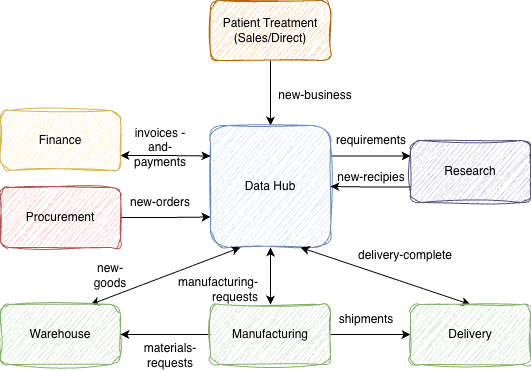
The draw.io diagram site/docs/practices/coco-pharmaceuticals/scenarios/defining-new-systems-architecture/data-driven-systems-architecture.png in odpi/egeria-docs, before a commit. Source tidied: cells renumbered, new cells last; positions are measured from the earlier drawing's top-left corner, leaving out a move shared by most shapes. The source it was exported from:
```xml
<mxGraphModel>
  <root>
    <mxCell id="0" />
    <mxCell id="1" parent="0" />
    <mxCell id="2" style="edgeStyle=orthogonalEdgeStyle;rounded=0;jettySize=auto;html=1;" parent="1" edge="1" source="3" target="5">
      <mxGeometry relative="1" as="geometry" />
    </mxCell>
    <mxCell id="3" value="Patient Treatment&lt;div&gt;(Sales/Direct)&lt;/div&gt;" style="rounded=1;whiteSpace=wrap;html=1;fillColor=#fad7ac;strokeColor=#b46504;sketch=1;curveFitting=1;jiggle=2;" parent="1" vertex="1">
      <mxGeometry x="210" width="120" height="60" as="geometry" />
    </mxCell>
    <mxCell id="4" style="edgeStyle=orthogonalEdgeStyle;rounded=0;jettySize=auto;html=1;exitX=1;exitY=0.25;exitDx=0;exitDy=0;entryX=0;entryY=0.25;entryDx=0;entryDy=0;" parent="1" edge="1" source="5" target="9">
      <mxGeometry relative="1" as="geometry" />
    </mxCell>
    <mxCell id="5" value="Data Hub" style="rounded=1;whiteSpace=wrap;html=1;fillColor=#dae8fc;strokeColor=#6c8ebf;sketch=1;curveFitting=1;jiggle=2;" parent="1" vertex="1">
      <mxGeometry x="210" y="125" width="120" height="122" as="geometry" />
    </mxCell>
    <mxCell id="6" style="edgeStyle=orthogonalEdgeStyle;rounded=0;jettySize=auto;html=1;exitX=1;exitY=0.75;exitDx=0;exitDy=0;entryX=0;entryY=0.25;entryDx=0;entryDy=0;startArrow=classic;startFill=1;" parent="1" edge="1" source="7" target="5">
      <mxGeometry relative="1" as="geometry" />
    </mxCell>
    <mxCell id="7" value="Finance" style="rounded=1;whiteSpace=wrap;html=1;fillColor=#fff2cc;strokeColor=#d6b656;sketch=1;curveFitting=1;jiggle=2;" parent="1" vertex="1">
      <mxGeometry y="110" width="120" height="60" as="geometry" />
    </mxCell>
    <mxCell id="8" style="edgeStyle=orthogonalEdgeStyle;rounded=0;jettySize=auto;html=1;exitX=0;exitY=0.75;exitDx=0;exitDy=0;entryX=1;entryY=0.5;entryDx=0;entryDy=0;" parent="1" edge="1" source="9" target="5">
      <mxGeometry relative="1" as="geometry" />
    </mxCell>
    <mxCell id="9" value="Research" style="rounded=1;whiteSpace=wrap;html=1;fillColor=#d0cee2;strokeColor=#56517e;sketch=1;curveFitting=1;jiggle=2;" parent="1" vertex="1">
      <mxGeometry x="410" y="140" width="120" height="62" as="geometry" />
    </mxCell>
    <mxCell id="10" style="edgeStyle=orthogonalEdgeStyle;rounded=0;jettySize=auto;html=1;entryX=0;entryY=0.75;entryDx=0;entryDy=0;exitX=1;exitY=0.5;exitDx=0;exitDy=0;" parent="1" edge="1" source="11" target="5">
      <mxGeometry relative="1" as="geometry" />
    </mxCell>
    <mxCell id="11" value="Procurement" style="rounded=1;whiteSpace=wrap;html=1;fillColor=#f8cecc;strokeColor=#b85450;sketch=1;curveFitting=1;jiggle=2;" parent="1" vertex="1">
      <mxGeometry y="187" width="120" height="60" as="geometry" />
    </mxCell>
    <mxCell id="12" style="rounded=0;jettySize=auto;html=1;exitX=0.75;exitY=0;exitDx=0;exitDy=0;entryX=0.25;entryY=1;entryDx=0;entryDy=0;startArrow=classic;startFill=1;" parent="1" edge="1" source="13" target="5">
      <mxGeometry relative="1" as="geometry" />
    </mxCell>
    <mxCell id="13" value="Warehouse" style="rounded=1;whiteSpace=wrap;html=1;fillColor=#d5e8d4;strokeColor=#82b366;sketch=1;curveFitting=1;jiggle=2;" parent="1" vertex="1">
      <mxGeometry y="304" width="120" height="60" as="geometry" />
    </mxCell>
    <mxCell id="14" style="edgeStyle=orthogonalEdgeStyle;rounded=0;jettySize=auto;html=1;" parent="1" edge="1" source="17" target="19">
      <mxGeometry relative="1" as="geometry" />
    </mxCell>
    <mxCell id="15" style="edgeStyle=orthogonalEdgeStyle;rounded=0;jettySize=auto;html=1;exitX=0.5;exitY=0;exitDx=0;exitDy=0;startArrow=classic;startFill=1;" parent="1" edge="1" source="17" target="5">
      <mxGeometry relative="1" as="geometry" />
    </mxCell>
    <mxCell id="16" style="edgeStyle=orthogonalEdgeStyle;rounded=0;jettySize=auto;html=1;exitX=0;exitY=0.5;exitDx=0;exitDy=0;entryX=1;entryY=0.5;entryDx=0;entryDy=0;" parent="1" edge="1" source="17" target="13">
      <mxGeometry relative="1" as="geometry" />
    </mxCell>
    <mxCell id="17" value="Manufacturing" style="rounded=1;whiteSpace=wrap;html=1;fillColor=#d5e8d4;strokeColor=#82b366;sketch=1;curveFitting=1;jiggle=2;" parent="1" vertex="1">
      <mxGeometry x="210" y="304" width="120" height="60" as="geometry" />
    </mxCell>
    <mxCell id="18" style="rounded=0;jettySize=auto;html=1;exitX=0.5;exitY=0;exitDx=0;exitDy=0;entryX=0.75;entryY=1;entryDx=0;entryDy=0;startArrow=classic;startFill=1;" parent="1" edge="1" source="19" target="5">
      <mxGeometry relative="1" as="geometry" />
    </mxCell>
    <mxCell id="19" value="Delivery" style="rounded=1;whiteSpace=wrap;html=1;fillColor=#d5e8d4;strokeColor=#82b366;sketch=1;curveFitting=1;jiggle=2;" parent="1" vertex="1">
      <mxGeometry x="410" y="304" width="120" height="60" as="geometry" />
    </mxCell>
    <mxCell id="20" value="new-business" style="text;html=1;whiteSpace=wrap;strokeColor=none;fillColor=none;align=center;verticalAlign=middle;rounded=0;" parent="1" vertex="1">
      <mxGeometry x="270" y="80" width="90" height="30" as="geometry" />
    </mxCell>
    <mxCell id="21" value="new-recipies" style="text;html=1;whiteSpace=wrap;strokeColor=none;fillColor=none;align=center;verticalAlign=middle;rounded=0;" parent="1" vertex="1">
      <mxGeometry x="336" y="162" width="70" height="30" as="geometry" />
    </mxCell>
    <mxCell id="22" value="requirements" style="text;html=1;whiteSpace=wrap;strokeColor=none;fillColor=none;align=center;verticalAlign=middle;rounded=0;" parent="1" vertex="1">
      <mxGeometry x="341" y="125" width="60" height="30" as="geometry" />
    </mxCell>
    <mxCell id="23" value="new-orders" style="text;html=1;whiteSpace=wrap;strokeColor=none;fillColor=none;align=center;verticalAlign=middle;rounded=0;" parent="1" vertex="1">
      <mxGeometry x="120" y="187" width="80" height="30" as="geometry" />
    </mxCell>
    <mxCell id="24" value="invoices - and-payments" style="text;html=1;whiteSpace=wrap;strokeColor=none;fillColor=none;align=center;verticalAlign=middle;rounded=0;" parent="1" vertex="1">
      <mxGeometry x="130" y="132" width="60" height="30" as="geometry" />
    </mxCell>
    <mxCell id="25" value="new-goods" style="text;html=1;whiteSpace=wrap;strokeColor=none;fillColor=none;align=center;verticalAlign=middle;rounded=0;" parent="1" vertex="1">
      <mxGeometry x="80" y="260" width="60" height="30" as="geometry" />
    </mxCell>
    <mxCell id="26" value="materials-requests" style="text;html=1;whiteSpace=wrap;strokeColor=none;fillColor=none;align=center;verticalAlign=middle;rounded=0;" parent="1" vertex="1">
      <mxGeometry x="140" y="340" width="60" height="30" as="geometry" />
    </mxCell>
    <mxCell id="27" value="shipments" style="text;html=1;whiteSpace=wrap;strokeColor=none;fillColor=none;align=center;verticalAlign=middle;rounded=0;" parent="1" vertex="1">
      <mxGeometry x="336" y="304" width="60" height="30" as="geometry" />
    </mxCell>
    <mxCell id="28" value="manufacturing-requests" style="text;html=1;whiteSpace=wrap;strokeColor=none;fillColor=none;align=right;verticalAlign=middle;rounded=0;" parent="1" vertex="1">
      <mxGeometry x="200" y="274" width="60" height="30" as="geometry" />
    </mxCell>
    <mxCell id="29" value="delivery-complete" style="text;html=1;whiteSpace=wrap;strokeColor=none;fillColor=none;align=center;verticalAlign=middle;rounded=0;" parent="1" vertex="1">
      <mxGeometry x="350" y="240" width="110" height="30" as="geometry" />
    </mxCell>
  </root>
</mxGraphModel>
```
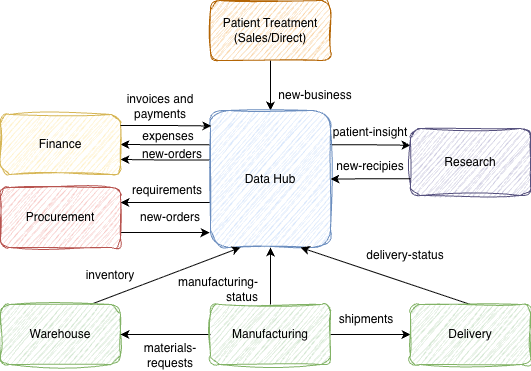
After the commit.

What changed in the source:
```diff
@@ -2,76 +2,76 @@
   <root>
     <mxCell id="0" />
     <mxCell id="1" parent="0" />
-    <mxCell id="2" style="edgeStyle=orthogonalEdgeStyle;rounded=0;jettySize=auto;html=1;" parent="1" edge="1" source="3" target="5">
+    <mxCell id="2" style="edgeStyle=orthogonalEdgeStyle;rounded=0;jettySize=auto;html=1;" parent="1" edge="1" source="3" target="8">
       <mxGeometry relative="1" as="geometry" />
     </mxCell>
     <mxCell id="3" value="Patient Treatment&lt;div&gt;(Sales/Direct)&lt;/div&gt;" style="rounded=1;whiteSpace=wrap;html=1;fillColor=#fad7ac;strokeColor=#b46504;sketch=1;curveFitting=1;jiggle=2;" parent="1" vertex="1">
       <mxGeometry x="210" width="120" height="60" as="geometry" />
     </mxCell>
-    <mxCell id="4" style="edgeStyle=orthogonalEdgeStyle;rounded=0;jettySize=auto;html=1;exitX=1;exitY=0.25;exitDx=0;exitDy=0;entryX=0;entryY=0.25;entryDx=0;entryDy=0;" parent="1" edge="1" source="5" target="9">
+    <mxCell id="4" style="edgeStyle=orthogonalEdgeStyle;rounded=0;jettySize=auto;html=1;exitX=1;exitY=0.25;exitDx=0;exitDy=0;entryX=0;entryY=0.25;entryDx=0;entryDy=0;" parent="1" edge="1" source="8" target="10">
       <mxGeometry relative="1" as="geometry" />
     </mxCell>
-    <mxCell id="5" value="Data Hub" style="rounded=1;whiteSpace=wrap;html=1;fillColor=#dae8fc;strokeColor=#6c8ebf;sketch=1;curveFitting=1;jiggle=2;" parent="1" vertex="1">
-      <mxGeometry x="210" y="125" width="120" height="122" as="geometry" />
+    <mxCell id="5" style="edgeStyle=orthogonalEdgeStyle;rounded=0;jettySize=auto;html=1;entryX=1;entryY=0.25;entryDx=0;entryDy=0;exitX=-0.008;exitY=0.672;exitDx=0;exitDy=0;exitPerimeter=0;" parent="1" edge="1" source="8" target="12">
+      <mxGeometry relative="1" as="geometry" />
     </mxCell>
-    <mxCell id="6" style="edgeStyle=orthogonalEdgeStyle;rounded=0;jettySize=auto;html=1;exitX=1;exitY=0.75;exitDx=0;exitDy=0;entryX=0;entryY=0.25;entryDx=0;entryDy=0;startArrow=classic;startFill=1;" parent="1" edge="1" source="7" target="5">
+    <mxCell id="6" style="edgeStyle=orthogonalEdgeStyle;rounded=0;jettySize=auto;html=1;exitX=0;exitY=0.25;exitDx=0;exitDy=0;entryX=1;entryY=0.5;entryDx=0;entryDy=0;" parent="1" edge="1" source="8" target="9">
       <mxGeometry relative="1" as="geometry" />
     </mxCell>
-    <mxCell id="7" value="Finance" style="rounded=1;whiteSpace=wrap;html=1;fillColor=#fff2cc;strokeColor=#d6b656;sketch=1;curveFitting=1;jiggle=2;" parent="1" vertex="1">
-      <mxGeometry y="110" width="120" height="60" as="geometry" />
+    <mxCell id="7" style="edgeStyle=orthogonalEdgeStyle;rounded=0;jettySize=auto;html=1;exitX=-0.008;exitY=0.361;exitDx=0;exitDy=0;entryX=1;entryY=0.75;entryDx=0;entryDy=0;exitPerimeter=0;" parent="1" edge="1" source="8" target="9">
+      <mxGeometry relative="1" as="geometry" />
     </mxCell>
-    <mxCell id="8" style="edgeStyle=orthogonalEdgeStyle;rounded=0;jettySize=auto;html=1;exitX=0;exitY=0.75;exitDx=0;exitDy=0;entryX=1;entryY=0.5;entryDx=0;entryDy=0;" parent="1" edge="1" source="9" target="5">
-      <mxGeometry relative="1" as="geometry" />
+    <mxCell id="8" value="Data Hub" style="rounded=1;whiteSpace=wrap;html=1;fillColor=#dae8fc;strokeColor=#6c8ebf;sketch=1;curveFitting=1;jiggle=2;" parent="1" vertex="1">
+      <mxGeometry x="210" y="110" width="120" height="137" as="geometry" />
     </mxCell>
-    <mxCell id="9" value="Research" style="rounded=1;whiteSpace=wrap;html=1;fillColor=#d0cee2;strokeColor=#56517e;sketch=1;curveFitting=1;jiggle=2;" parent="1" vertex="1">
-      <mxGeometry x="410" y="140" width="120" height="62" as="geometry" />
+    <mxCell id="9" value="Finance" style="rounded=1;whiteSpace=wrap;html=1;fillColor=#fff2cc;strokeColor=#d6b656;sketch=1;curveFitting=1;jiggle=2;" parent="1" vertex="1">
+      <mxGeometry y="114" width="120" height="60" as="geometry" />
     </mxCell>
-    <mxCell id="10" style="edgeStyle=orthogonalEdgeStyle;rounded=0;jettySize=auto;html=1;entryX=0;entryY=0.75;entryDx=0;entryDy=0;exitX=1;exitY=0.5;exitDx=0;exitDy=0;" parent="1" edge="1" source="11" target="5">
-      <mxGeometry relative="1" as="geometry" />
+    <mxCell id="10" value="Research" style="rounded=1;whiteSpace=wrap;html=1;fillColor=#d0cee2;strokeColor=#56517e;sketch=1;curveFitting=1;jiggle=2;" parent="1" vertex="1">
+      <mxGeometry x="410" y="128" width="120" height="67" as="geometry" />
     </mxCell>
-    <mxCell id="11" value="Procurement" style="rounded=1;whiteSpace=wrap;html=1;fillColor=#f8cecc;strokeColor=#b85450;sketch=1;curveFitting=1;jiggle=2;" parent="1" vertex="1">
-      <mxGeometry y="187" width="120" height="60" as="geometry" />
+    <mxCell id="11" style="edgeStyle=orthogonalEdgeStyle;rounded=0;jettySize=auto;html=1;entryX=-0.008;entryY=0.891;entryDx=0;entryDy=0;exitX=1;exitY=0.75;exitDx=0;exitDy=0;entryPerimeter=0;" parent="1" edge="1" source="12" target="8">
+      <mxGeometry relative="1" as="geometry" />
     </mxCell>
-    <mxCell id="12" style="rounded=0;jettySize=auto;html=1;exitX=0.75;exitY=0;exitDx=0;exitDy=0;entryX=0.25;entryY=1;entryDx=0;entryDy=0;startArrow=classic;startFill=1;" parent="1" edge="1" source="13" target="5">
-      <mxGeometry relative="1" as="geometry" />
+    <mxCell id="12" value="Procurement" style="rounded=1;whiteSpace=wrap;html=1;fillColor=#f8cecc;strokeColor=#b85450;sketch=1;curveFitting=1;jiggle=2;" parent="1" vertex="1">
+      <mxGeometry y="187" width="120" height="60" as="geometry" />
     </mxCell>
-    <mxCell id="13" value="Warehouse" style="rounded=1;whiteSpace=wrap;html=1;fillColor=#d5e8d4;strokeColor=#82b366;sketch=1;curveFitting=1;jiggle=2;" parent="1" vertex="1">
-      <mxGeometry y="304" width="120" height="60" as="geometry" />
+    <mxCell id="13" style="rounded=0;jettySize=auto;html=1;exitX=0.75;exitY=0;exitDx=0;exitDy=0;entryX=0.25;entryY=1;entryDx=0;entryDy=0;startArrow=none;startFill=0;" parent="1" edge="1" source="14" target="8">
+      <mxGeometry relative="1" as="geometry" />
     </mxCell>
-    <mxCell id="14" style="edgeStyle=orthogonalEdgeStyle;rounded=0;jettySize=auto;html=1;" parent="1" edge="1" source="17" target="19">
-      <mxGeometry relative="1" as="geometry" />
+    <mxCell id="14" value="Warehouse" style="rounded=1;whiteSpace=wrap;html=1;fillColor=#d5e8d4;strokeColor=#82b366;sketch=1;curveFitting=1;jiggle=2;" parent="1" vertex="1">
+      <mxGeometry y="304" width="120" height="60" as="geometry" />
     </mxCell>
-    <mxCell id="15" style="edgeStyle=orthogonalEdgeStyle;rounded=0;jettySize=auto;html=1;exitX=0.5;exitY=0;exitDx=0;exitDy=0;startArrow=classic;startFill=1;" parent="1" edge="1" source="17" target="5">
+    <mxCell id="15" style="edgeStyle=orthogonalEdgeStyle;rounded=0;jettySize=auto;html=1;" parent="1" edge="1" source="18" target="20">
       <mxGeometry relative="1" as="geometry" />
     </mxCell>
-    <mxCell id="16" style="edgeStyle=orthogonalEdgeStyle;rounded=0;jettySize=auto;html=1;exitX=0;exitY=0.5;exitDx=0;exitDy=0;entryX=1;entryY=0.5;entryDx=0;entryDy=0;" parent="1" edge="1" source="17" target="13">
+    <mxCell id="16" style="edgeStyle=orthogonalEdgeStyle;rounded=0;jettySize=auto;html=1;exitX=0.5;exitY=0;exitDx=0;exitDy=0;startArrow=none;startFill=0;" parent="1" edge="1" source="18" target="8">
       <mxGeometry relative="1" as="geometry" />
     </mxCell>
-    <mxCell id="17" value="Manufacturing" style="rounded=1;whiteSpace=wrap;html=1;fillColor=#d5e8d4;strokeColor=#82b366;sketch=1;curveFitting=1;jiggle=2;" parent="1" vertex="1">
-      <mxGeometry x="210" y="304" width="120" height="60" as="geometry" />
+    <mxCell id="17" style="edgeStyle=orthogonalEdgeStyle;rounded=0;jettySize=auto;html=1;exitX=0;exitY=0.5;exitDx=0;exitDy=0;entryX=1;entryY=0.5;entryDx=0;entryDy=0;" parent="1" edge="1" source="18" target="14">
+      <mxGeometry relative="1" as="geometry" />
     </mxCell>
-    <mxCell id="18" style="rounded=0;jettySize=auto;html=1;exitX=0.5;exitY=0;exitDx=0;exitDy=0;entryX=0.75;entryY=1;entryDx=0;entryDy=0;startArrow=classic;startFill=1;" parent="1" edge="1" source="19" target="5">
-      <mxGeometry relative="1" as="geometry" />
+    <mxCell id="18" value="Manufacturing" style="rounded=1;whiteSpace=wrap;html=1;fillColor=#d5e8d4;strokeColor=#82b366;sketch=1;curveFitting=1;jiggle=2;" parent="1" vertex="1">
+      <mxGeometry x="210" y="304" width="120" height="60" as="geometry" />
     </mxCell>
-    <mxCell id="19" value="Delivery" style="rounded=1;whiteSpace=wrap;html=1;fillColor=#d5e8d4;strokeColor=#82b366;sketch=1;curveFitting=1;jiggle=2;" parent="1" vertex="1">
-      <mxGeometry x="410" y="304" width="120" height="60" as="geometry" />
+    <mxCell id="19" style="rounded=0;jettySize=auto;html=1;exitX=0.5;exitY=0;exitDx=0;exitDy=0;entryX=0.75;entryY=1;entryDx=0;entryDy=0;startArrow=none;startFill=0;" parent="1" edge="1" source="20" target="8">
+      <mxGeometry relative="1" as="geometry" />
     </mxCell>
-    <mxCell id="20" value="new-business" style="text;html=1;whiteSpace=wrap;strokeColor=none;fillColor=none;align=center;verticalAlign=middle;rounded=0;" parent="1" vertex="1">
-      <mxGeometry x="270" y="80" width="90" height="30" as="geometry" />
+    <mxCell id="20" value="Delivery" style="rounded=1;whiteSpace=wrap;html=1;fillColor=#d5e8d4;strokeColor=#82b366;sketch=1;curveFitting=1;jiggle=2;" parent="1" vertex="1">
+      <mxGeometry x="410" y="304" width="120" height="60" as="geometry" />
     </mxCell>
-    <mxCell id="21" value="new-recipies" style="text;html=1;whiteSpace=wrap;strokeColor=none;fillColor=none;align=center;verticalAlign=middle;rounded=0;" parent="1" vertex="1">
-      <mxGeometry x="336" y="162" width="70" height="30" as="geometry" />
+    <mxCell id="21" value="new-business" style="text;html=1;whiteSpace=wrap;strokeColor=none;fillColor=none;align=center;verticalAlign=middle;rounded=0;" parent="1" vertex="1">
+      <mxGeometry x="270" y="80" width="90" height="30" as="geometry" />
     </mxCell>
-    <mxCell id="22" value="requirements" style="text;html=1;whiteSpace=wrap;strokeColor=none;fillColor=none;align=center;verticalAlign=middle;rounded=0;" parent="1" vertex="1">
-      <mxGeometry x="341" y="125" width="60" height="30" as="geometry" />
+    <mxCell id="22" value="new-recipies" style="text;html=1;whiteSpace=wrap;strokeColor=none;fillColor=none;align=center;verticalAlign=middle;rounded=0;" parent="1" vertex="1">
+      <mxGeometry x="335" y="151" width="70" height="30" as="geometry" />
     </mxCell>
-    <mxCell id="23" value="new-orders" style="text;html=1;whiteSpace=wrap;strokeColor=none;fillColor=none;align=center;verticalAlign=middle;rounded=0;" parent="1" vertex="1">
-      <mxGeometry x="120" y="187" width="80" height="30" as="geometry" />
+    <mxCell id="23" value="requirements" style="text;html=1;whiteSpace=wrap;strokeColor=none;fillColor=none;align=center;verticalAlign=middle;rounded=0;" parent="1" vertex="1">
+      <mxGeometry x="137" y="175" width="60" height="30" as="geometry" />
     </mxCell>
-    <mxCell id="24" value="invoices - and-payments" style="text;html=1;whiteSpace=wrap;strokeColor=none;fillColor=none;align=center;verticalAlign=middle;rounded=0;" parent="1" vertex="1">
-      <mxGeometry x="130" y="132" width="60" height="30" as="geometry" />
+    <mxCell id="24" value="new-orders" style="text;html=1;whiteSpace=wrap;strokeColor=none;fillColor=none;align=center;verticalAlign=middle;rounded=0;" parent="1" vertex="1">
+      <mxGeometry x="130" y="202" width="80" height="30" as="geometry" />
     </mxCell>
-    <mxCell id="25" value="new-goods" style="text;html=1;whiteSpace=wrap;strokeColor=none;fillColor=none;align=center;verticalAlign=middle;rounded=0;" parent="1" vertex="1">
+    <mxCell id="25" value="inventory" style="text;html=1;whiteSpace=wrap;strokeColor=none;fillColor=none;align=center;verticalAlign=middle;rounded=0;" parent="1" vertex="1">
       <mxGeometry x="80" y="260" width="60" height="30" as="geometry" />
     </mxCell>
     <mxCell id="26" value="materials-requests" style="text;html=1;whiteSpace=wrap;strokeColor=none;fillColor=none;align=center;verticalAlign=middle;rounded=0;" parent="1" vertex="1">
@@ -80,11 +80,31 @@
     <mxCell id="27" value="shipments" style="text;html=1;whiteSpace=wrap;strokeColor=none;fillColor=none;align=center;verticalAlign=middle;rounded=0;" parent="1" vertex="1">
       <mxGeometry x="336" y="304" width="60" height="30" as="geometry" />
     </mxCell>
-    <mxCell id="28" value="manufacturing-requests" style="text;html=1;whiteSpace=wrap;strokeColor=none;fillColor=none;align=right;verticalAlign=middle;rounded=0;" parent="1" vertex="1">
+    <mxCell id="28" value="manufacturing-status" style="text;html=1;whiteSpace=wrap;strokeColor=none;fillColor=none;align=right;verticalAlign=middle;rounded=0;" parent="1" vertex="1">
       <mxGeometry x="200" y="274" width="60" height="30" as="geometry" />
     </mxCell>
-    <mxCell id="29" value="delivery-complete" style="text;html=1;whiteSpace=wrap;strokeColor=none;fillColor=none;align=center;verticalAlign=middle;rounded=0;" parent="1" vertex="1">
+    <mxCell id="29" value="delivery-status" style="text;html=1;whiteSpace=wrap;strokeColor=none;fillColor=none;align=center;verticalAlign=middle;rounded=0;" parent="1" vertex="1">
       <mxGeometry x="350" y="240" width="110" height="30" as="geometry" />
     </mxCell>
+    <mxCell id="30" value="patient-insight" style="text;html=1;whiteSpace=wrap;strokeColor=none;fillColor=none;align=center;verticalAlign=middle;rounded=0;" parent="1" vertex="1">
+      <mxGeometry x="330" y="117" width="80" height="30" as="geometry" />
+    </mxCell>
+    <mxCell id="31" style="edgeStyle=orthogonalEdgeStyle;rounded=0;jettySize=auto;html=1;exitX=0;exitY=0.75;exitDx=0;exitDy=0;entryX=1;entryY=0.5;entryDx=0;entryDy=0;" parent="1" edge="1" source="10" target="8">
+      <mxGeometry relative="1" as="geometry" />
+    </mxCell>
+    <mxCell id="32" value="expenses" style="text;html=1;whiteSpace=wrap;strokeColor=none;fillColor=none;align=center;verticalAlign=middle;rounded=0;" parent="1" vertex="1">
+      <mxGeometry x="136" y="121" width="64" height="30" as="geometry" />
+    </mxCell>
+    <mxCell id="33" value="invoices and payments" style="text;html=1;whiteSpace=wrap;strokeColor=none;fillColor=none;align=center;verticalAlign=middle;rounded=0;" parent="1" vertex="1">
+      <mxGeometry x="125" y="91" width="70" height="30" as="geometry" />
+    </mxCell>
+    <mxCell id="34" style="edgeStyle=orthogonalEdgeStyle;rounded=0;jettySize=auto;html=1;entryX=0.008;entryY=0.113;entryDx=0;entryDy=0;entryPerimeter=0;" parent="1" edge="1" target="8">
+      <mxGeometry relative="1" as="geometry">
+        <mxPoint x="120" y="125" as="sourcePoint" />
+      </mxGeometry>
+    </mxCell>
+    <mxCell id="35" value="new-orders" style="text;html=1;whiteSpace=wrap;strokeColor=none;fillColor=none;align=center;verticalAlign=middle;rounded=0;" parent="1" vertex="1">
+      <mxGeometry x="132" y="139" width="80" height="30" as="geometry" />
+    </mxCell>
   </root>
 </mxGraphModel>
```
